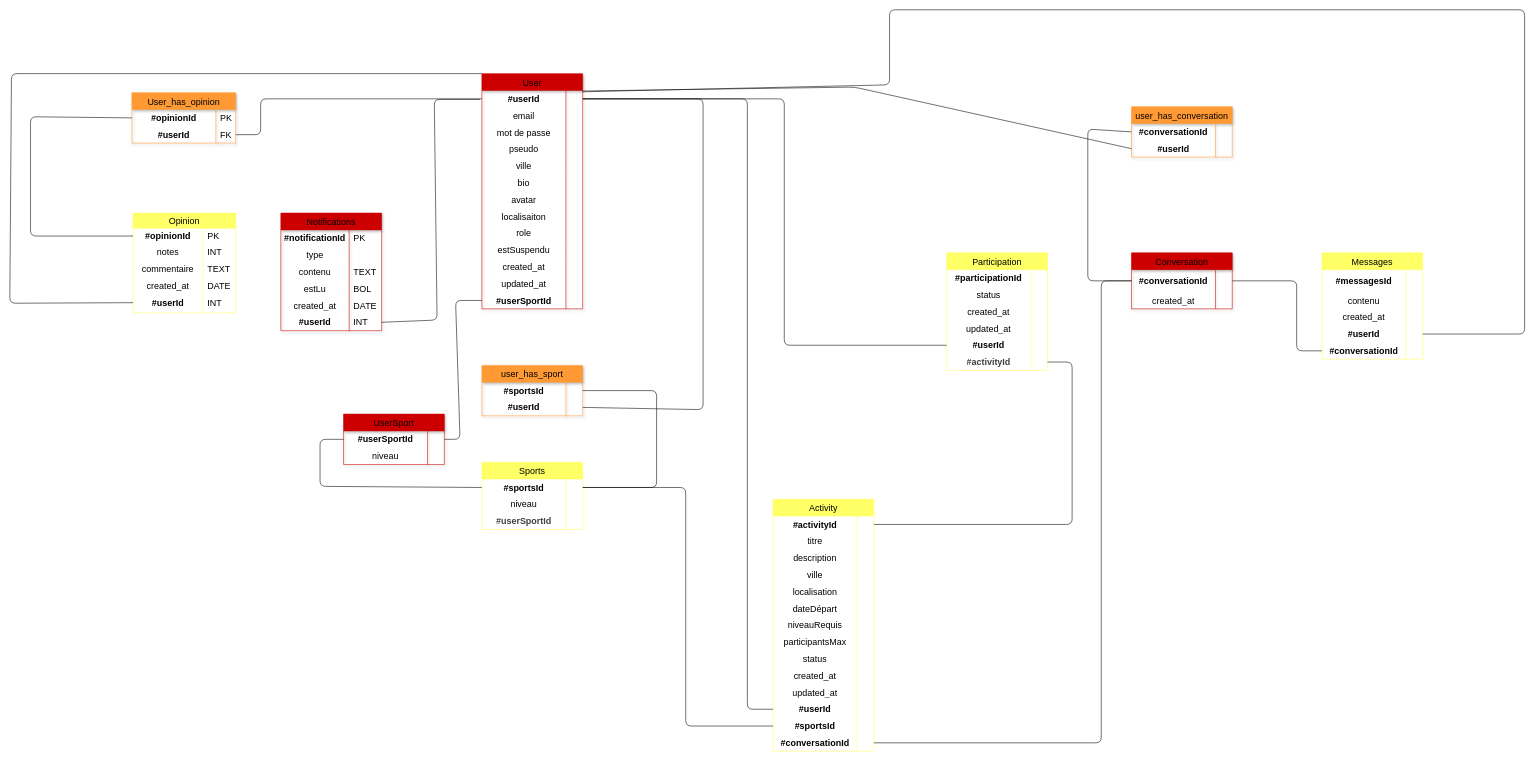
This is page "Page-1" (1 of 2) of Conception/Merise/MPD/mpd.drawio from ElodieOrozcoTaveira/66Partners, a draw.io file, before an edit. Source tidied: cells renumbered, new cells numbered last; positions are measured from the earlier drawing's top-left corner, leaving out a move shared by most shapes. Both pictures are drawn from the tidied source at 56%, with x=0, y=0 at pixel (10, 10).
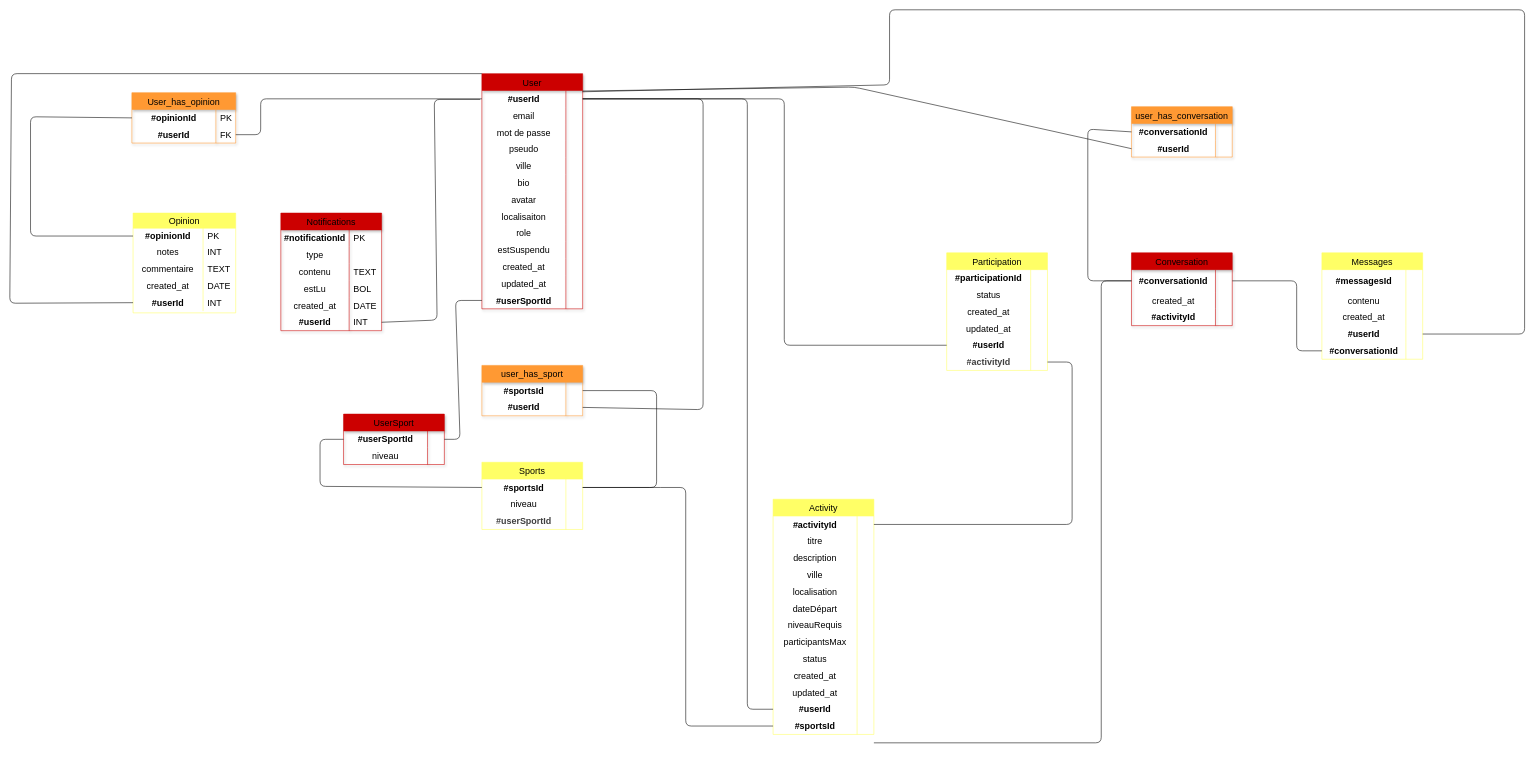
After the change.

Unchanged cells that the change refers to:
```xml
<mxCell id="159" style="shape=tableRow;horizontal=0;startSize=0;swimlaneHead=0;swimlaneBody=0;top=0;left=0;bottom=0;right=0;fillColor=none;points=[[0,0.5],[1,0.5]];portConstraint=eastwest;strokeColor=inherit;fontSize=16;" parent="158" vertex="1">
  <mxGeometry y="30" width="180" height="40" as="geometry" />
</mxCell>
```

The edit, as a diff of the source:
```diff
@@
     <mxCell id="96" value="Activity" style="shape=table;startSize=30;childLayout=tableLayout;rowLines=0;fontStyle=0;strokeColor=#FFFF66;fontSize=16;fillColor=#FFFF66;shadow=0;" parent="1" vertex="1">
-      <mxGeometry x="1363" y="874" width="180" height="450" as="geometry" />
+      <mxGeometry x="1363" y="874" width="180" height="420" as="geometry" />
     </mxCell>
@@
-    <mxCell id="136" style="shape=tableRow;horizontal=0;startSize=0;swimlaneHead=0;swimlaneBody=0;top=0;left=0;bottom=0;right=0;fillColor=none;points=[[0,0.5],[1,0.5]];portConstraint=eastwest;strokeColor=inherit;fontSize=16;" parent="96" vertex="1">
-      <mxGeometry y="420" width="180" height="30" as="geometry" />
-    </mxCell>
-    <mxCell id="137" value="&lt;b&gt;#conversationId&lt;/b&gt;" style="shape=partialRectangle;html=1;whiteSpace=wrap;fillColor=none;top=0;left=0;bottom=0;right=0;overflow=hidden;strokeColor=inherit;fontSize=16;" parent="136" vertex="1">
-      <mxGeometry width="150" height="30" as="geometry" />
-    </mxCell>
-    <mxCell id="138" style="shape=partialRectangle;html=1;whiteSpace=wrap;fillColor=none;top=0;left=0;bottom=0;right=0;align=left;spacingLeft=6;overflow=hidden;strokeColor=inherit;fontSize=16;" parent="136" vertex="1">
-      <mxGeometry x="150" width="30" height="30" as="geometry" />
-    </mxCell>
@@
     <mxCell id="158" value="Conversation" style="shape=table;startSize=30;childLayout=tableLayout;rowLines=0;fontStyle=0;strokeColor=#CC0000;fontSize=16;fillColor=#CC0000;shadow=1;" parent="1" vertex="1">
-      <mxGeometry x="2003" y="434" width="180" height="100" as="geometry" />
+      <mxGeometry x="2003" y="434" width="180" height="130" as="geometry" />
     </mxCell>
@@
+    <mxCell id="217" style="shape=tableRow;horizontal=0;startSize=0;swimlaneHead=0;swimlaneBody=0;top=0;left=0;bottom=0;right=0;fillColor=none;strokeColor=inherit;fontSize=16;" parent="158" vertex="1">
+      <mxGeometry y="100" width="180" height="30" as="geometry" />
+    </mxCell>
+    <mxCell id="218" value="&lt;b&gt;#activityId&lt;/b&gt;" style="shape=partialRectangle;html=1;whiteSpace=wrap;fillColor=none;top=0;left=0;bottom=0;right=0;overflow=hidden;strokeColor=inherit;fontSize=16;" parent="217" vertex="1">
+      <mxGeometry width="150" height="30" as="geometry" />
+    </mxCell>
+    <mxCell id="138" style="shape=partialRectangle;html=1;whiteSpace=wrap;fillColor=none;top=0;left=0;bottom=0;right=0;align=left;spacingLeft=6;overflow=hidden;strokeColor=inherit;fontSize=16;" parent="217" vertex="1">
+      <mxGeometry x="150" width="30" height="30" as="geometry" />
+    </mxCell>
@@
-    <mxCell id="214" style="endArrow=none;html=1;exitX=1;exitY=0.5;exitDx=0;exitDy=0;entryX=0;entryY=0.5;entryDx=0;entryDy=0;" parent="1" edge="1" source="136" target="159">
+    <mxCell id="214" style="endArrow=none;html=1;exitX=1;exitY=0.5;exitDx=0;exitDy=0;entryX=0;entryY=0.5;entryDx=0;entryDy=0;" parent="1" edge="1" target="159">
       <mxGeometry relative="1" as="geometry">
+        <mxPoint x="1543" y="1309" as="sourcePoint" />
         <Array as="points">
           <mxPoint x="1949" y="1309" />
           <mxPoint x="1949" y="484" />
         </Array>
       </mxGeometry>
     </mxCell>
```
